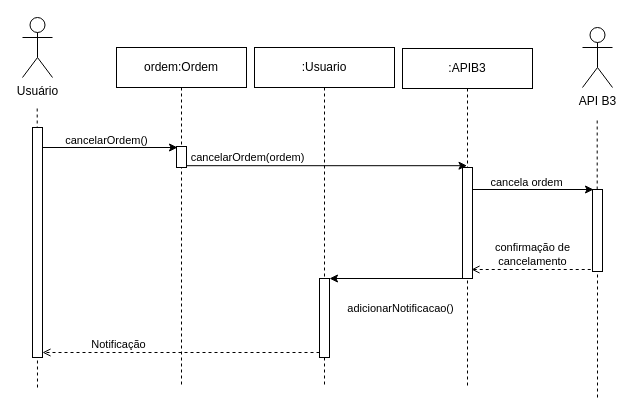
Above: diagrama_sequencia/Diagrama_Sequencia_UC09.drawio in gb-cs-rt/home_broker (draw.io), before the change. Source tidied: cells renumbered, new cells numbered last; positions are measured from the earlier drawing's top-left corner, leaving out a move shared by most shapes. Both pictures are drawn from the tidied source at 100%, with x=0, y=0 at pixel (22, 17).
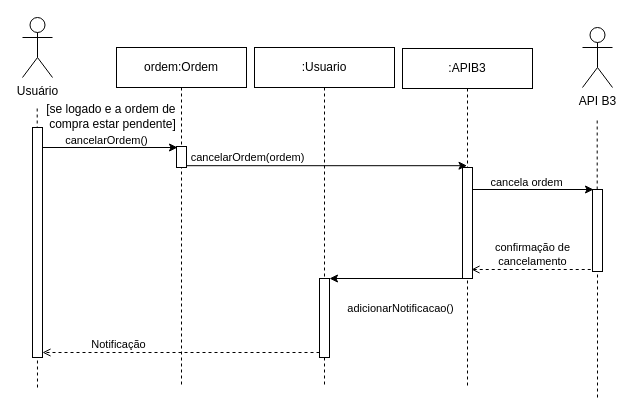
The same diagram, later.

Change to the diagram source:
```diff
@@
+    <mxCell id="27" value="[se logado e a ordem de&amp;nbsp;&lt;div&gt;compra estar pendente]&lt;/div&gt;" style="text;html=1;align=center;verticalAlign=middle;strokeColor=none;fillColor=none;" parent="1" vertex="1">
+      <mxGeometry x="14" y="78" width="151" height="41" as="geometry" />
+    </mxCell>
```
